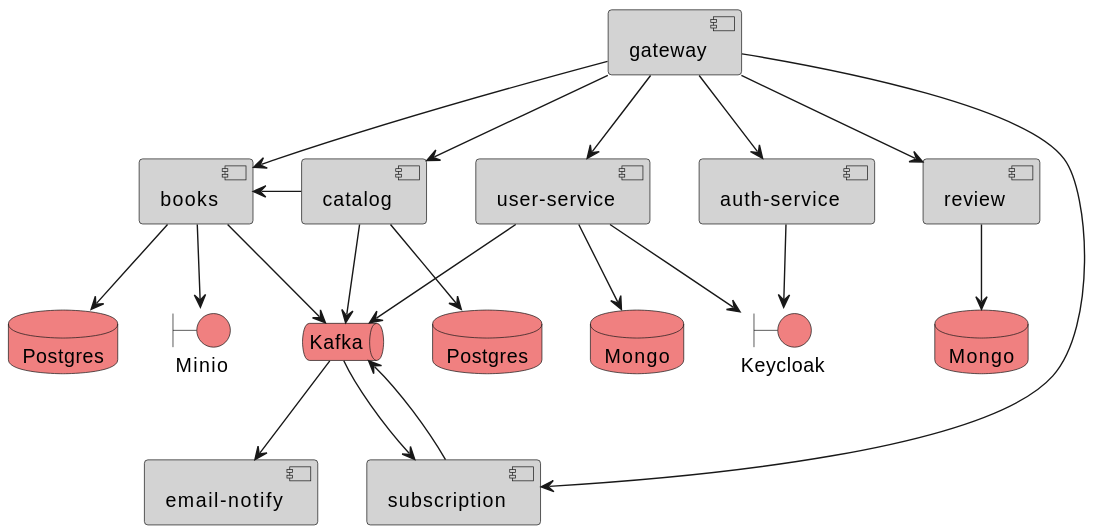
This is hw-01/architecture/component.svg from dalayLama/otus-microservice-2024-08, a PlantUML export, as it was before one commit.
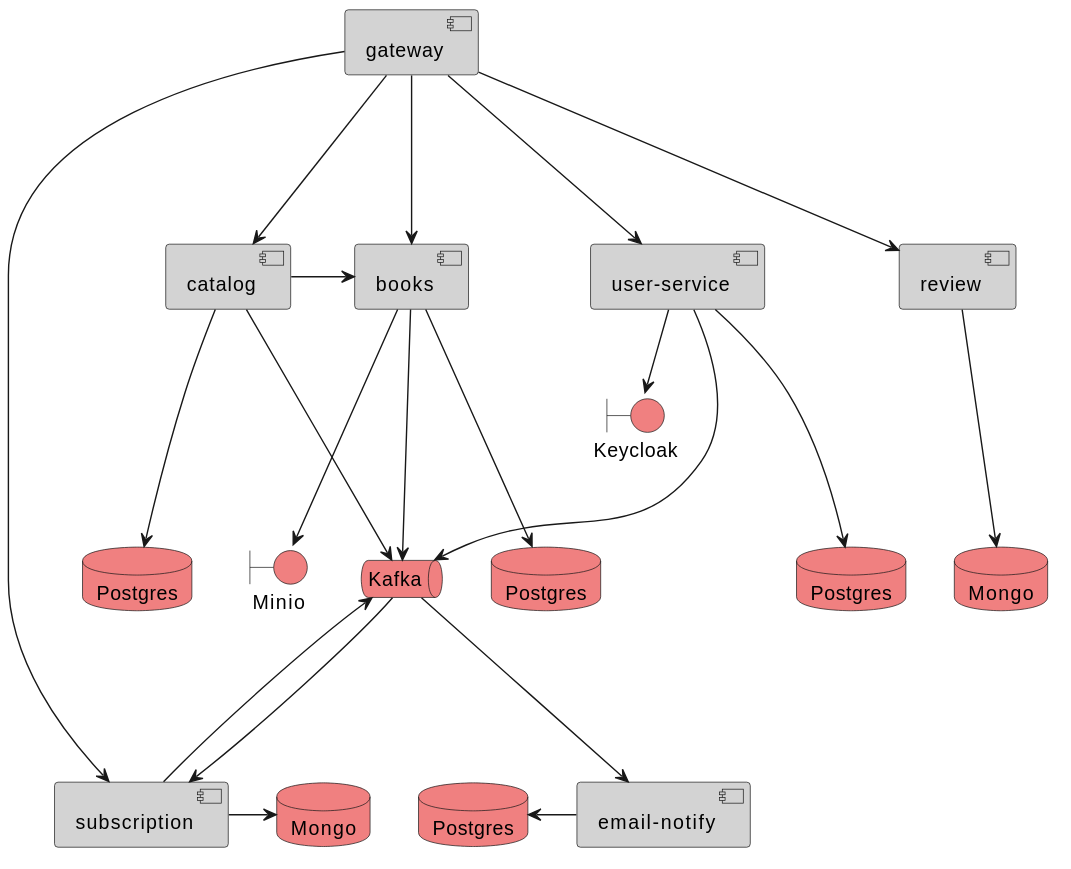
Later version of the same file.

The edit, as a diff of the source:
```diff
@@ -1,41 +1,43 @@
 @startuml
 [gateway] as gw  #LightGray
+[user-service] as user #LightGray
+[catalog] as catalog #LightGray
 [books] as books #LightGray
-[catalog] as catalog #LightGray
-[user-service] as user #LightGray
-[auth-service] as auth #LightGray
 [review] as review #LightGray
+[email-notify] as e_notify #LightGray
 [subscription] as sub #LightGray
-[email-notify] as e_notify #LightGray
 
 database "Postgres" as pg_books #LightCoral
 boundary "Minio" as minio #LightCoral
 database "Postgres" as pg_catalog #LightCoral
-database "Mongo" as mg_user #LightCoral
+database "Postgres" as pg_user #LightCoral
 boundary "Keycloak" as kk #LightCoral
 database "Mongo" as mg_review #LightCoral
+database "Mongo" as mg_sub #LightCoral
+database "Postgres" as pg_email #LightCoral
 queue "Kafka" as kafka #LightCoral
 
-gw --> books
-gw --> catalog
-gw --> user
-gw --> auth
-gw --> review
-gw --> sub
+gw -down--> catalog
+gw -down--> books
+gw -down--> user
+gw -down--> review
+gw -down--> sub
 
-catalog -left--> books
-catalog --> pg_catalog
-catalog --> kafka
-books --> pg_books
-books --> minio
-books --> kafka
-user --> mg_user
-user --> kk
-user --> kafka
-auth --> kk
-review --> mg_review
 
-sub --> kafka
-kafka --> sub
-kafka --> e_notify
+user -down-> kk
+user -down--> pg_user
+user -down--> kafka
+catalog -down--> kafka
+catalog -right-> books
+catalog -down--> pg_catalog
+books -down--> kafka
+books -down--> pg_books
+books -down--> minio
+review -down--> mg_review
+
+sub -up--> kafka
+sub -right->mg_sub
+kafka -down--> sub
+kafka -down--> e_notify
+e_notify -left--> pg_email
 @enduml
```
